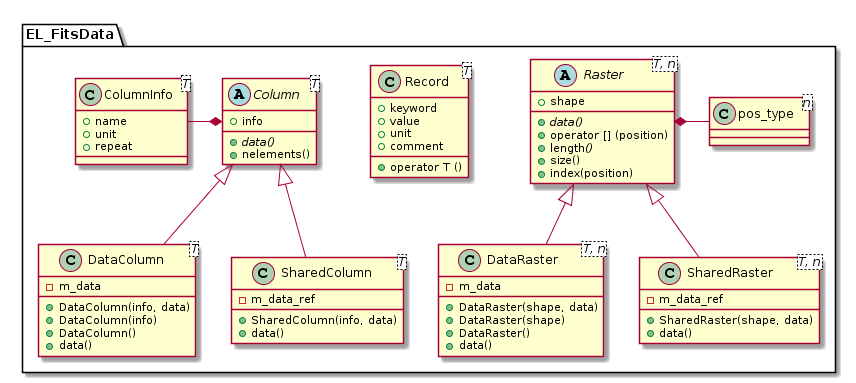
Before: doc/diagrams/out/FitsData.png, a diagram exported from PlantUML (CNES/EleFits).
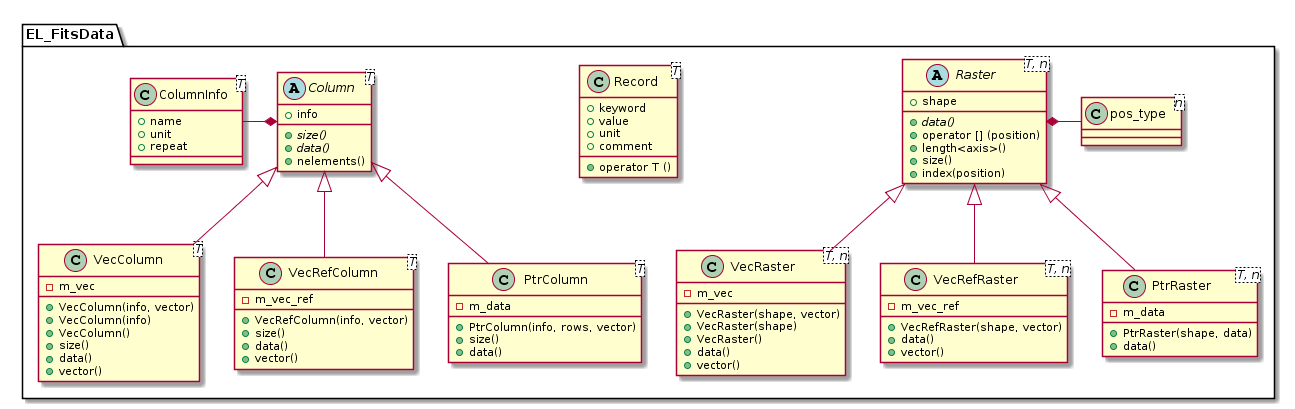
The same diagram one commit later.

Commit message:
Update data class diagram

The edit, as a diff of the source:
```diff
@@ -1,14 +1,16 @@
 @startuml
 package EL_FitsData {
 
-Raster <|-- DataRaster
-Raster <|-- SharedRaster
+Raster <|-- VecRaster
+Raster <|-- VecRefRaster
+Raster <|-- PtrRaster
 Raster *- pos_type
 
 Record -[hidden] Record
 
-Column <|-- DataColumn
-Column <|-- SharedColumn
+Column <|-- VecColumn
+Column <|-- VecRefColumn
+Column <|-- PtrColumn
 ColumnInfo -* Column
 
 class pos_type<n> {
@@ -18,22 +20,30 @@
 + shape
 + {abstract} data()
 + operator [] (position)
-+ length<i>()
++ length<axis>()
 + size()
 + index(position)
 }
 
-class DataRaster<T, n> {
-- m_data
-+ DataRaster(shape, data)
-+ DataRaster(shape)
-+ DataRaster()
+class VecRaster<T, n> {
+- m_vec
++ VecRaster(shape, vector)
++ VecRaster(shape)
++ VecRaster()
 + data()
++ vector()
 }
 
-class SharedRaster<T, n> {
-- m_data_ref
-+ SharedRaster(shape, data)
+class VecRefRaster<T, n> {
+- m_vec_ref
++ VecRefRaster(shape, vector)
++ data()
++ vector()
+}
+
+class PtrRaster<T, n> {
+- m_data
++ PtrRaster(shape, data)
 + data()
 }
 
@@ -53,21 +63,33 @@
 
 abstract class Column<T> {
 + info
++ {abstract} size()
 + {abstract} data()
 + nelements()
 }
 
-class DataColumn<T> {
-- m_data
-+ DataColumn(info, data)
-+ DataColumn(info)
-+ DataColumn()
+class VecColumn<T> {
+- m_vec
++ VecColumn(info, vector)
++ VecColumn(info)
++ VecColumn()
++ size()
 + data()
++ vector()
 }
 
-class SharedColumn<T> {
-- m_data_ref
-+ SharedColumn(info, data)
+class VecRefColumn<T> {
+- m_vec_ref
++ VecRefColumn(info, vector)
++ size()
++ data()
++ vector()
+}
+
+class PtrColumn<T> {
+- m_data
++ PtrColumn(info, rows, vector)
++ size()
 + data()
 }
 
```
